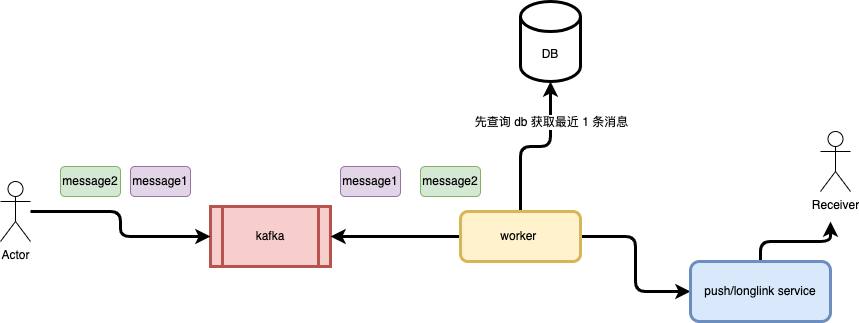
Above: kafka_order.drawio.png in anriclee/diagramStorage (draw.io), before the change. Source tidied: cells renumbered, new cells last; positions are measured from the earlier drawing's top-left corner, leaving out a move shared by most shapes. Source of this version:
```xml
<mxGraphModel>
  <root>
    <mxCell id="0" />
    <mxCell id="1" parent="0" />
    <mxCell id="2" value="kafka" style="shape=process;whiteSpace=wrap;html=1;backgroundOutline=1;fillColor=#f8cecc;strokeColor=#b85450;strokeWidth=3;" parent="1" vertex="1">
      <mxGeometry x="210" y="205" width="120" height="60" as="geometry" />
    </mxCell>
    <mxCell id="3" style="edgeStyle=orthogonalEdgeStyle;rounded=1;jettySize=auto;html=1;fontSize=3;strokeWidth=3;entryX=0;entryY=0.5;entryDx=0;entryDy=0;" parent="1" edge="1" source="4" target="2">
      <mxGeometry relative="1" as="geometry">
        <Array as="points">
          <mxPoint x="120" y="210" />
          <mxPoint x="120" y="235" />
        </Array>
      </mxGeometry>
    </mxCell>
    <mxCell id="4" value="Actor" style="shape=umlActor;verticalLabelPosition=bottom;verticalAlign=top;html=1;outlineConnect=0;" parent="1" vertex="1">
      <mxGeometry y="180" width="30" height="60" as="geometry" />
    </mxCell>
    <mxCell id="5" value="Receiver" style="shape=umlActor;verticalLabelPosition=bottom;verticalAlign=top;html=1;" parent="1" vertex="1">
      <mxGeometry x="820" y="130" width="30" height="60" as="geometry" />
    </mxCell>
    <mxCell id="6" value="message2" style="text;html=1;strokeColor=#82b366;fillColor=#d5e8d4;align=center;verticalAlign=middle;whiteSpace=wrap;rounded=1;labelBorderColor=none;" parent="1" vertex="1">
      <mxGeometry x="60" y="165" width="60" height="30" as="geometry" />
    </mxCell>
    <mxCell id="7" value="message1" style="text;html=1;strokeColor=#9673a6;fillColor=#e1d5e7;align=center;verticalAlign=middle;whiteSpace=wrap;rounded=1;labelBorderColor=none;" parent="1" vertex="1">
      <mxGeometry x="130" y="165" width="60" height="30" as="geometry" />
    </mxCell>
    <mxCell id="8" style="edgeStyle=orthogonalEdgeStyle;rounded=1;jettySize=auto;html=1;entryX=0.5;entryY=1;entryDx=0;entryDy=0;entryPerimeter=0;strokeWidth=3;" parent="1" edge="1" source="12" target="15">
      <mxGeometry relative="1" as="geometry" />
    </mxCell>
    <mxCell id="9" value="先查询 db 获取最近 1 条消息" style="edgeLabel;html=1;align=center;verticalAlign=middle;" parent="8" vertex="1">
      <mxGeometry x="0.33" relative="1" as="geometry">
        <mxPoint y="-14" as="offset" />
      </mxGeometry>
    </mxCell>
    <mxCell id="10" style="edgeStyle=orthogonalEdgeStyle;rounded=1;jettySize=auto;html=1;entryX=0;entryY=0.5;entryDx=0;entryDy=0;fontSize=3;strokeWidth=3;" parent="1" edge="1" source="12" target="17">
      <mxGeometry relative="1" as="geometry" />
    </mxCell>
    <mxCell id="11" style="edgeStyle=orthogonalEdgeStyle;rounded=1;jettySize=auto;html=1;entryX=1;entryY=0.5;entryDx=0;entryDy=0;fontSize=3;strokeWidth=3;" parent="1" edge="1" source="12" target="2">
      <mxGeometry relative="1" as="geometry" />
    </mxCell>
    <mxCell id="12" value="worker&amp;nbsp;" style="rounded=1;whiteSpace=wrap;html=1;labelBorderColor=none;fillColor=#fff2cc;strokeColor=#d6b656;strokeWidth=3;" parent="1" vertex="1">
      <mxGeometry x="460" y="210" width="120" height="50" as="geometry" />
    </mxCell>
    <mxCell id="13" value="message1" style="text;html=1;strokeColor=#9673a6;fillColor=#e1d5e7;align=center;verticalAlign=middle;whiteSpace=wrap;rounded=1;labelBorderColor=none;" parent="1" vertex="1">
      <mxGeometry x="340" y="165" width="60" height="30" as="geometry" />
    </mxCell>
    <mxCell id="14" value="message2" style="text;html=1;strokeColor=#82b366;fillColor=#d5e8d4;align=center;verticalAlign=middle;whiteSpace=wrap;rounded=1;labelBorderColor=none;" parent="1" vertex="1">
      <mxGeometry x="420" y="165" width="60" height="30" as="geometry" />
    </mxCell>
    <mxCell id="15" value="DB" style="shape=cylinder3;whiteSpace=wrap;html=1;boundedLbl=1;backgroundOutline=1;size=15;rounded=1;labelBorderColor=none;strokeWidth=3;" parent="1" vertex="1">
      <mxGeometry x="520" width="60" height="80" as="geometry" />
    </mxCell>
    <mxCell id="16" style="edgeStyle=orthogonalEdgeStyle;rounded=1;jettySize=auto;html=1;fontSize=3;strokeWidth=3;" parent="1" edge="1" source="17">
      <mxGeometry relative="1" as="geometry">
        <mxPoint x="830" y="220" as="targetPoint" />
      </mxGeometry>
    </mxCell>
    <mxCell id="17" value="push/longlink service" style="rounded=1;whiteSpace=wrap;html=1;labelBorderColor=none;fillColor=#dae8fc;strokeColor=#6c8ebf;strokeWidth=3;" parent="1" vertex="1">
      <mxGeometry x="690" y="260" width="140" height="60" as="geometry" />
    </mxCell>
  </root>
</mxGraphModel>
```
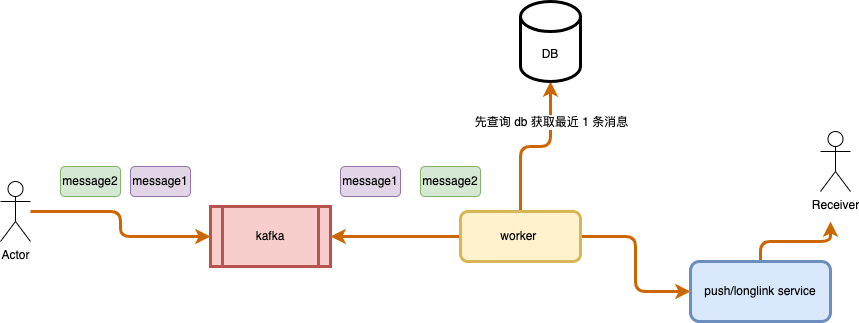
Above is the later version.

Diff of the diagram source:
```diff
@@ -5,7 +5,7 @@
     <mxCell id="2" value="kafka" style="shape=process;whiteSpace=wrap;html=1;backgroundOutline=1;fillColor=#f8cecc;strokeColor=#b85450;strokeWidth=3;" parent="1" vertex="1">
       <mxGeometry x="210" y="205" width="120" height="60" as="geometry" />
     </mxCell>
-    <mxCell id="3" style="edgeStyle=orthogonalEdgeStyle;rounded=1;jettySize=auto;html=1;fontSize=3;strokeWidth=3;entryX=0;entryY=0.5;entryDx=0;entryDy=0;" parent="1" edge="1" source="4" target="2">
+    <mxCell id="3" style="edgeStyle=orthogonalEdgeStyle;rounded=1;jettySize=auto;html=1;fontSize=3;strokeWidth=3;entryX=0;entryY=0.5;entryDx=0;entryDy=0;fillColor=#fad7ac;strokeColor=#CC6600;" parent="1" edge="1" source="4" target="2">
       <mxGeometry relative="1" as="geometry">
         <Array as="points">
           <mxPoint x="120" y="210" />
@@ -25,7 +25,7 @@
     <mxCell id="7" value="message1" style="text;html=1;strokeColor=#9673a6;fillColor=#e1d5e7;align=center;verticalAlign=middle;whiteSpace=wrap;rounded=1;labelBorderColor=none;" parent="1" vertex="1">
       <mxGeometry x="130" y="165" width="60" height="30" as="geometry" />
     </mxCell>
-    <mxCell id="8" style="edgeStyle=orthogonalEdgeStyle;rounded=1;jettySize=auto;html=1;entryX=0.5;entryY=1;entryDx=0;entryDy=0;entryPerimeter=0;strokeWidth=3;" parent="1" edge="1" source="12" target="15">
+    <mxCell id="8" style="edgeStyle=orthogonalEdgeStyle;rounded=1;jettySize=auto;html=1;entryX=0.5;entryY=1;entryDx=0;entryDy=0;entryPerimeter=0;strokeWidth=3;strokeColor=#CC6600;" parent="1" edge="1" source="12" target="15">
       <mxGeometry relative="1" as="geometry" />
     </mxCell>
     <mxCell id="9" value="先查询 db 获取最近 1 条消息" style="edgeLabel;html=1;align=center;verticalAlign=middle;" parent="8" vertex="1">
@@ -33,10 +33,10 @@
         <mxPoint y="-14" as="offset" />
       </mxGeometry>
     </mxCell>
-    <mxCell id="10" style="edgeStyle=orthogonalEdgeStyle;rounded=1;jettySize=auto;html=1;entryX=0;entryY=0.5;entryDx=0;entryDy=0;fontSize=3;strokeWidth=3;" parent="1" edge="1" source="12" target="17">
+    <mxCell id="10" style="edgeStyle=orthogonalEdgeStyle;rounded=1;jettySize=auto;html=1;entryX=0;entryY=0.5;entryDx=0;entryDy=0;fontSize=3;strokeWidth=3;strokeColor=#CC6600;" parent="1" edge="1" source="12" target="17">
       <mxGeometry relative="1" as="geometry" />
     </mxCell>
-    <mxCell id="11" style="edgeStyle=orthogonalEdgeStyle;rounded=1;jettySize=auto;html=1;entryX=1;entryY=0.5;entryDx=0;entryDy=0;fontSize=3;strokeWidth=3;" parent="1" edge="1" source="12" target="2">
+    <mxCell id="11" style="edgeStyle=orthogonalEdgeStyle;rounded=1;jettySize=auto;html=1;entryX=1;entryY=0.5;entryDx=0;entryDy=0;fontSize=3;strokeWidth=3;strokeColor=#CC6600;" parent="1" edge="1" source="12" target="2">
       <mxGeometry relative="1" as="geometry" />
     </mxCell>
     <mxCell id="12" value="worker&amp;nbsp;" style="rounded=1;whiteSpace=wrap;html=1;labelBorderColor=none;fillColor=#fff2cc;strokeColor=#d6b656;strokeWidth=3;" parent="1" vertex="1">
@@ -51,7 +51,7 @@
     <mxCell id="15" value="DB" style="shape=cylinder3;whiteSpace=wrap;html=1;boundedLbl=1;backgroundOutline=1;size=15;rounded=1;labelBorderColor=none;strokeWidth=3;" parent="1" vertex="1">
       <mxGeometry x="520" width="60" height="80" as="geometry" />
     </mxCell>
-    <mxCell id="16" style="edgeStyle=orthogonalEdgeStyle;rounded=1;jettySize=auto;html=1;fontSize=3;strokeWidth=3;" parent="1" edge="1" source="17">
+    <mxCell id="16" style="edgeStyle=orthogonalEdgeStyle;rounded=1;jettySize=auto;html=1;fontSize=3;strokeWidth=3;strokeColor=#CC6600;" parent="1" edge="1" source="17">
       <mxGeometry relative="1" as="geometry">
         <mxPoint x="830" y="220" as="targetPoint" />
       </mxGeometry>
```
